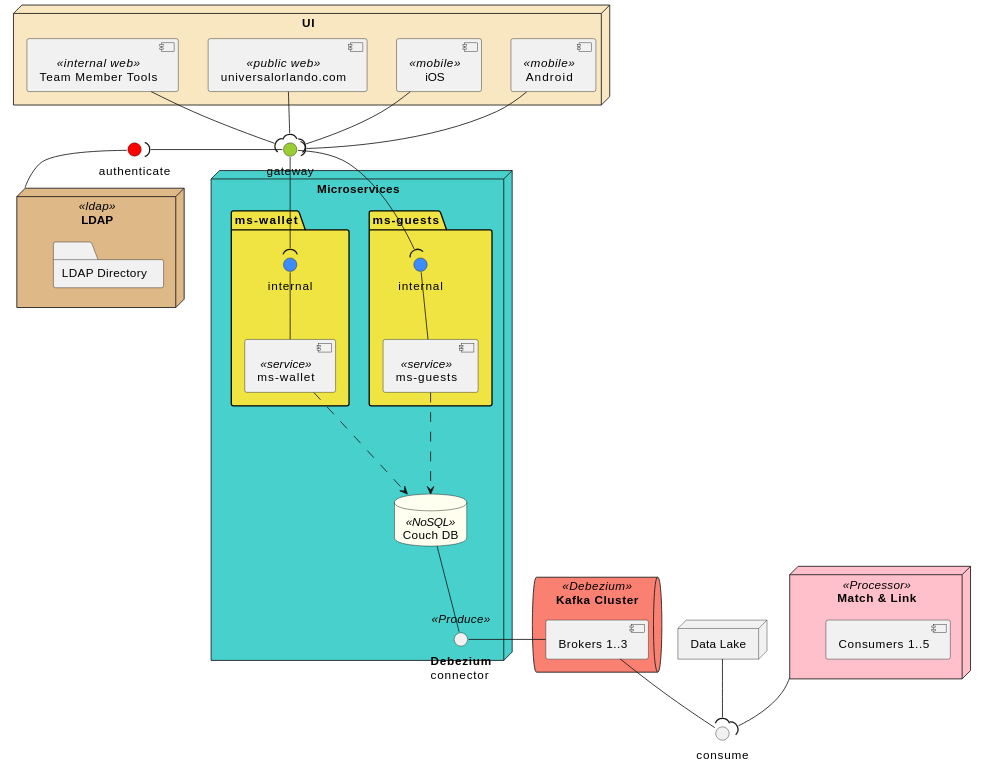
Above: dist/assets/diagrams/component/mdm-ae-debezium.svg in kaaljabr/presentation (PlantUML), before the change.
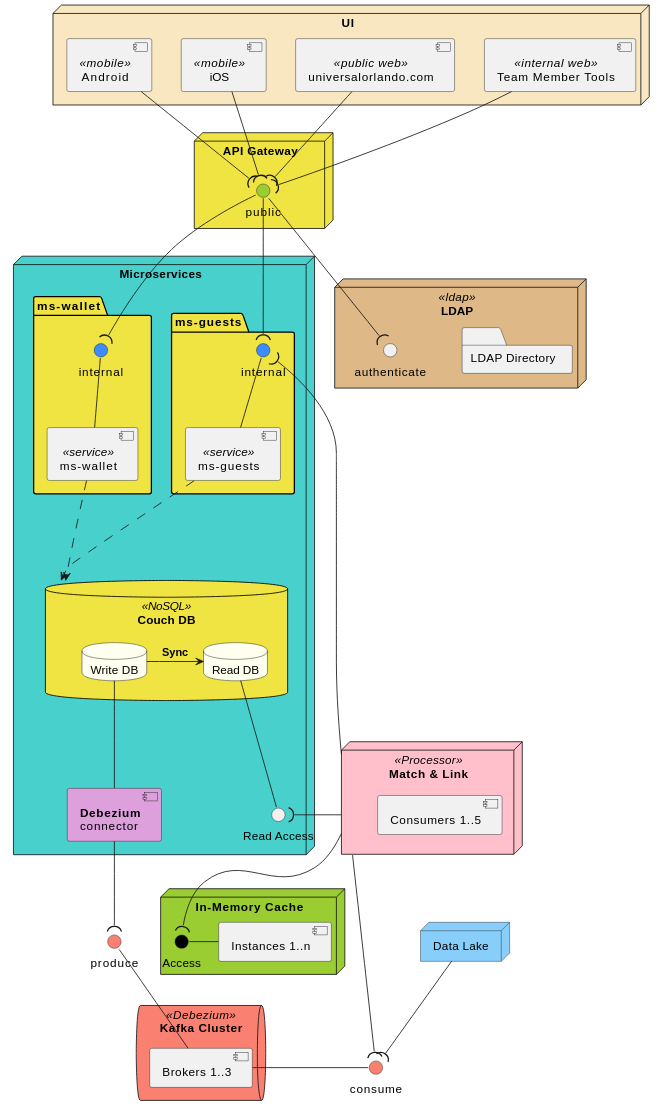
After the change.

Change to the diagram source:
```diff
@@ -9,9 +9,12 @@
     backgroundColor #F0E442
 }
 
-interface gateway #YellowGreen
-interface authenticate #Red
-interface consume as kafka_consume
+interface consume as kafka_consume #Salmon
+interface produce as kafka_produce #Salmon
+
+node "API Gateway" as gateway {
+    interface public #YellowGreen
+}
 
 node "UI" #Strategy {
     component "Android" as android <<mobile>>
@@ -22,6 +25,7 @@
 
 node "LDAP" as ldap <<ldap>> #BurlyWood {
     folder "LDAP Directory" as ldap_dir
+    interface authenticate
 }
 
 node "Microservices" #MediumTurquoise {
@@ -36,8 +40,16 @@
         component "ms-wallet" as ms_wallet <<service>>
         wallet_internal -- ms_wallet
     }
-    database "Couch DB" as couch_db <<NoSQL>>
-    interface "**Debezium**\nconnector" <<Produce>> as kafka_produce
+     database "Couch DB" as couch_db <<NoSQL>> {
+        database "Write DB" as write_db
+        database "Read DB" as read_db
+        write_db -right-> read_db :**Sync**
+     }
+    interface "Read Access" as nosql_read_access
+    component "**Debezium**\nconnector" as debezium_connector #Plum
+    read_db -- nosql_read_access
+    write_db -- debezium_connector
+
 }
 
 queue "Kafka Cluster" as debezium <<Debezium>> #Salmon {
@@ -48,26 +60,36 @@
     component "Consumers 1..5" as consumer_1
 }
 
-node "Data Lake" as data_lake
+node "In-Memory Cache" as redis #YellowGreen {
+    component "Instances 1..n" as redis_instances
+    interface "Access" as redis_access #Black
+    redis_instances -left- redis_access
+}
 
-gateway --( guests_internal
-gateway --( wallet_internal
+node "Data Lake" as data_lake #LightSkyBlue
+
+public --( guests_internal
+public --( wallet_internal
+
+match_link -right-( guests_internal
 
 ms_guests --.> couch_db
 ms_wallet --.> couch_db
-couch_db -- kafka_produce
+debezium_connector -down-( kafka_produce
+match_link -left-( nosql_read_access
+
+match_link --( redis_access
+
+android --( public
+ios --( public
+web --( public
+teammember --( public
 
 
-android --( gateway
-ios --( gateway
-web --( gateway
-teammember --( gateway
+public --( authenticate
 
-authenticate -- ldap
-gateway -left-( authenticate
-
-kafka_brokers -right- kafka_produce
-kafka_brokers -- kafka_consume
+kafka_brokers -up- kafka_produce
+kafka_brokers -right- kafka_consume
 match_link --( kafka_consume
 data_lake --( kafka_consume
 
```
